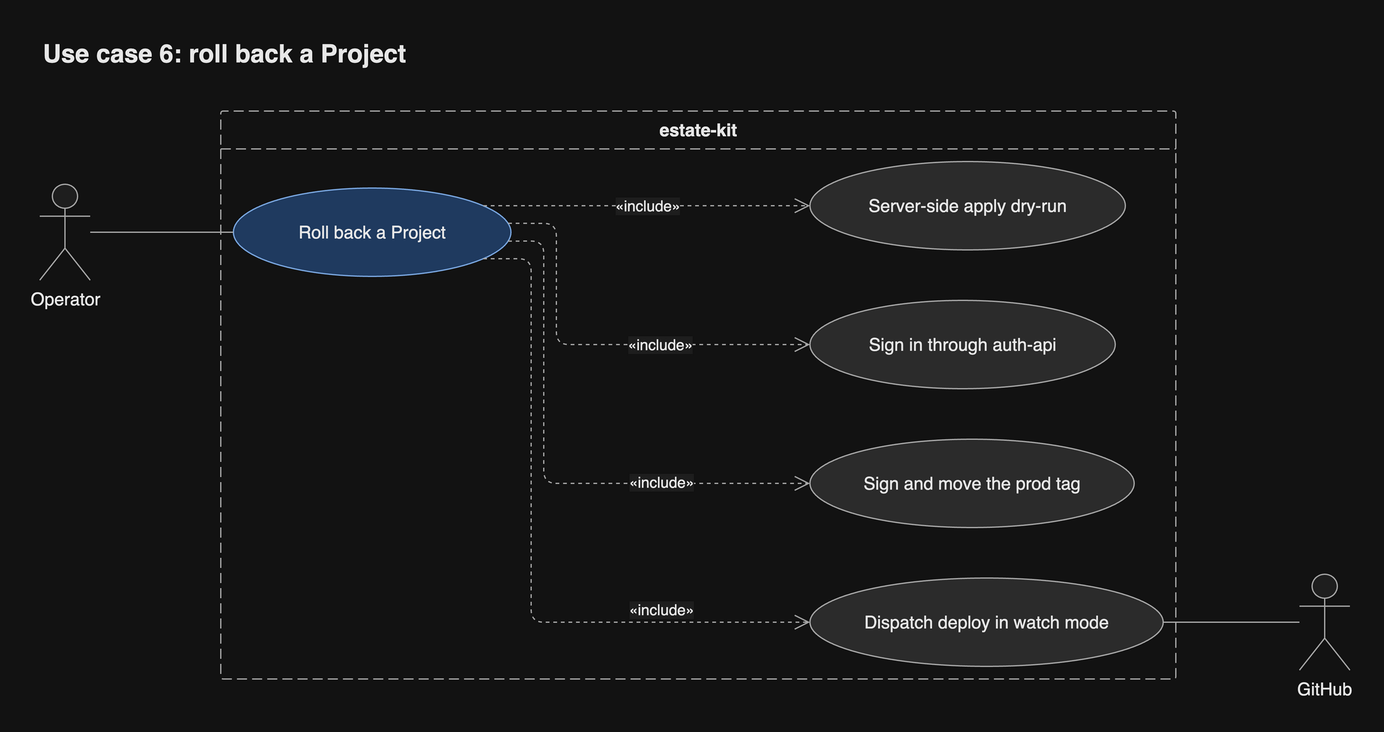
Before: docs/diagrams/png/uc6-rollback.png, a diagram exported from draw.io (JorisJonkers-dev/estate-kit). Source tidied: cells renumbered, new cells last; positions are measured from the earlier drawing's top-left corner, leaving out a move shared by most shapes.
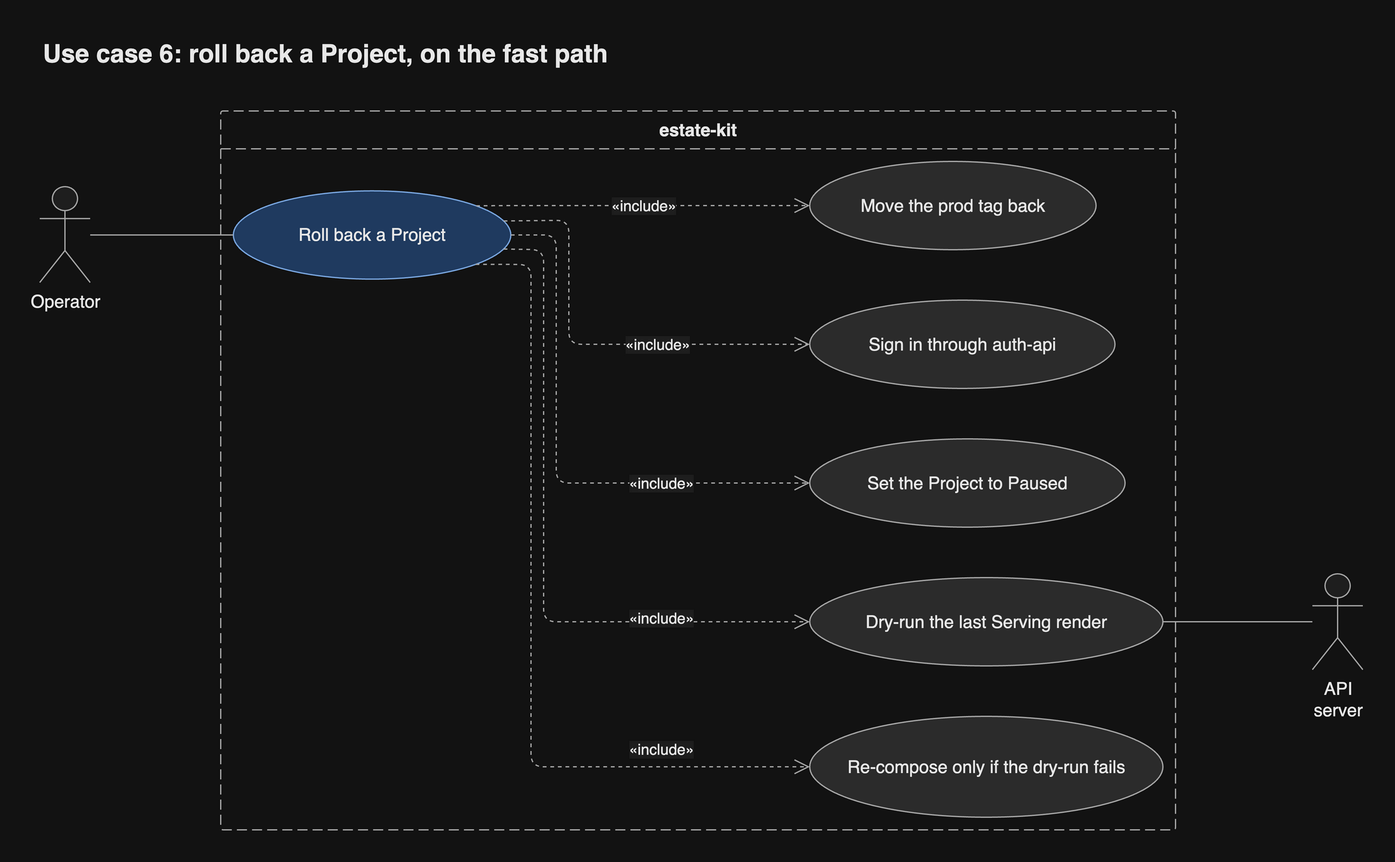
After the change.

Change to the diagram source:
```diff
@@ -3,79 +3,91 @@
     <mxCell id="0" />
     <mxCell id="1" parent="0" />
     <mxCell id="2" value="estate-kit" style="swimlane;startSize=30;rounded=1;arcSize=4;absoluteArcSize=1;dashed=1;dashPattern=8 4;html=1;whiteSpace=wrap;fontSize=14;fontColor=light-dark(#1a1a1a,#e8e8e8);fontStyle=1;fillColor=none;swimlaneFillColor=none;strokeColor=light-dark(#666666,#a8a8a8);fontFamily=Helvetica;" parent="1" vertex="1">
-      <mxGeometry x="144" y="64" width="757" height="450" as="geometry" />
+      <mxGeometry x="144" y="64" width="757" height="570" as="geometry" />
     </mxCell>
     <mxCell id="3" value="Roll back a Project" style="ellipse;html=1;whiteSpace=wrap;fontSize=14;fontColor=light-dark(#1a1a1a,#e8e8e8);fillColor=light-dark(#dae8fc,#1f3a5f);strokeColor=light-dark(#6c8ebf,#7aa7e0);fontFamily=Helvetica;" parent="2" vertex="1">
-      <mxGeometry x="10" y="61" width="220" height="70" as="geometry" />
+      <mxGeometry x="10" y="63.3" width="220" height="70" as="geometry" />
     </mxCell>
     <mxCell id="4" value="Sign in through auth-api" style="ellipse;html=1;whiteSpace=wrap;fontSize=14;fontColor=light-dark(#1a1a1a,#e8e8e8);fillColor=light-dark(#f5f5f5,#2b2b2b);strokeColor=light-dark(#666666,#a8a8a8);fontFamily=Helvetica;" parent="2" vertex="1">
       <mxGeometry x="467" y="150" width="242" height="70" as="geometry" />
     </mxCell>
-    <mxCell id="5" value="Dispatch deploy in watch mode" style="ellipse;html=1;whiteSpace=wrap;fontSize=14;fontColor=light-dark(#1a1a1a,#e8e8e8);fillColor=light-dark(#f5f5f5,#2b2b2b);strokeColor=light-dark(#666666,#a8a8a8);fontFamily=Helvetica;" parent="2" vertex="1">
+    <mxCell id="5" value="Dry-run the last Serving render" style="ellipse;html=1;whiteSpace=wrap;fontSize=14;fontColor=light-dark(#1a1a1a,#e8e8e8);fillColor=light-dark(#f5f5f5,#2b2b2b);strokeColor=light-dark(#666666,#a8a8a8);fontFamily=Helvetica;" parent="2" vertex="1">
       <mxGeometry x="467" y="370" width="280" height="70" as="geometry" />
     </mxCell>
-    <mxCell id="6" value="Server-side apply dry-run" style="ellipse;html=1;whiteSpace=wrap;fontSize=14;fontColor=light-dark(#1a1a1a,#e8e8e8);fillColor=light-dark(#f5f5f5,#2b2b2b);strokeColor=light-dark(#666666,#a8a8a8);fontFamily=Helvetica;" parent="2" vertex="1">
-      <mxGeometry x="467" y="40" width="250" height="70" as="geometry" />
+    <mxCell id="6" value="Move the prod tag back" style="ellipse;html=1;whiteSpace=wrap;fontSize=14;fontColor=light-dark(#1a1a1a,#e8e8e8);fillColor=light-dark(#f5f5f5,#2b2b2b);strokeColor=light-dark(#666666,#a8a8a8);fontFamily=Helvetica;" parent="2" vertex="1">
+      <mxGeometry x="467" y="40" width="227" height="70" as="geometry" />
     </mxCell>
-    <mxCell id="7" value="Sign and move the prod tag" style="ellipse;html=1;whiteSpace=wrap;fontSize=14;fontColor=light-dark(#1a1a1a,#e8e8e8);fillColor=light-dark(#f5f5f5,#2b2b2b);strokeColor=light-dark(#666666,#a8a8a8);fontFamily=Helvetica;" parent="2" vertex="1">
-      <mxGeometry x="467" y="260" width="257" height="70" as="geometry" />
+    <mxCell id="7" value="Set the Project to Paused" style="ellipse;html=1;whiteSpace=wrap;fontSize=14;fontColor=light-dark(#1a1a1a,#e8e8e8);fillColor=light-dark(#f5f5f5,#2b2b2b);strokeColor=light-dark(#666666,#a8a8a8);fontFamily=Helvetica;" parent="2" vertex="1">
+      <mxGeometry x="467" y="260" width="250" height="70" as="geometry" />
     </mxCell>
+    <mxCell id="17" value="Re-compose only if the dry-run fails" style="ellipse;html=1;whiteSpace=wrap;fontSize=14;fontColor=light-dark(#1a1a1a,#e8e8e8);fillColor=light-dark(#f5f5f5,#2b2b2b);strokeColor=light-dark(#666666,#a8a8a8);fontFamily=Helvetica;" parent="2" vertex="1">
+      <mxGeometry x="467" y="480" width="280" height="80" as="geometry" />
+    </mxCell>
-    <mxCell id="8" value="«include»" style="html=1;rounded=1;fontSize=14;fontSize=12;fontColor=light-dark(#1a1a1a,#e8e8e8);strokeColor=light-dark(#666666,#a8a8a8);endArrow=open;endSize=10;dashed=1;noEdgeStyle=1;orthogonal=1;curved=0;exitX=0.9899;exitY=0.4;entryX=0;entryY=0.5;fontFamily=Helvetica;labelBackgroundColor=light-dark(#ffffff,#1e1e1e);" parent="2" edge="1" source="3" target="4">
+    <mxCell id="8" value="«include»" style="html=1;rounded=1;fontSize=14;fontSize=12;fontColor=light-dark(#1a1a1a,#e8e8e8);strokeColor=light-dark(#666666,#a8a8a8);endArrow=open;endSize=10;dashed=1;noEdgeStyle=1;orthogonal=1;curved=0;exitX=0.9715;exitY=0.3334;entryX=0;entryY=0.5;fontFamily=Helvetica;labelBackgroundColor=light-dark(#ffffff,#1e1e1e);" parent="2" edge="1" source="3" target="4">
       <mxGeometry relative="1" as="geometry">
         <Array as="points">
-          <mxPoint x="266" y="89" />
-          <mxPoint x="266" y="185" />
+          <mxPoint x="276" y="86.7" />
+          <mxPoint x="276" y="185" />
         </Array>
-        <mxPoint x="48" as="offset" />
+        <mxPoint x="49.2" as="offset" />
       </mxGeometry>
     </mxCell>
-    <mxCell id="9" value="«include»" style="html=1;rounded=1;fontSize=14;fontSize=12;fontColor=light-dark(#1a1a1a,#e8e8e8);strokeColor=light-dark(#666666,#a8a8a8);endArrow=open;endSize=10;dashed=1;noEdgeStyle=1;orthogonal=1;curved=0;exitX=0.9;exitY=0.8;entryX=0;entryY=0.5;fontFamily=Helvetica;labelBackgroundColor=light-dark(#ffffff,#1e1e1e);" parent="2" edge="1" source="3" target="5">
+    <mxCell id="9" value="«include»" style="html=1;rounded=1;fontSize=14;fontSize=12;fontColor=light-dark(#1a1a1a,#e8e8e8);strokeColor=light-dark(#666666,#a8a8a8);endArrow=open;endSize=10;dashed=1;noEdgeStyle=1;orthogonal=1;curved=0;exitX=0.9714;exitY=0.6667;entryX=0;entryY=0.5;fontFamily=Helvetica;labelBackgroundColor=light-dark(#ffffff,#1e1e1e);" parent="2" edge="1" source="3" target="5">
       <mxGeometry relative="1" as="geometry">
         <Array as="points">
-          <mxPoint x="246" y="117" />
-          <mxPoint x="246" y="405" />
+          <mxPoint x="256" y="110" />
+          <mxPoint x="256" y="405" />
         </Array>
-        <mxPoint x="102.5" y="41.5" as="offset" />
+        <mxPoint x="92.5" y="55" as="offset" />
       </mxGeometry>
     </mxCell>
-    <mxCell id="10" value="«include»" style="html=1;rounded=1;fontSize=14;fontSize=12;fontColor=light-dark(#1a1a1a,#e8e8e8);strokeColor=light-dark(#666666,#a8a8a8);endArrow=open;endSize=10;dashed=1;noEdgeStyle=1;orthogonal=1;curved=0;exitX=0.9;exitY=0.2;entryX=0;entryY=0.5;fontFamily=Helvetica;labelBackgroundColor=light-dark(#ffffff,#1e1e1e);" parent="2" edge="1" source="3" target="6">
+    <mxCell id="10" value="«include»" style="html=1;rounded=1;fontSize=14;fontSize=12;fontColor=light-dark(#1a1a1a,#e8e8e8);strokeColor=light-dark(#666666,#a8a8a8);endArrow=open;endSize=10;dashed=1;noEdgeStyle=1;orthogonal=1;curved=0;exitX=0.8728;exitY=0.1667;entryX=0;entryY=0.5;fontFamily=Helvetica;labelBackgroundColor=light-dark(#ffffff,#1e1e1e);" parent="2" edge="1" source="3" target="6">
       <mxGeometry relative="1" as="geometry">
         <Array as="points">
           <mxPoint x="230" y="75" />
         </Array>
       </mxGeometry>
     </mxCell>
-    <mxCell id="11" value="«include»" style="html=1;rounded=1;fontSize=14;fontSize=12;fontColor=light-dark(#1a1a1a,#e8e8e8);strokeColor=light-dark(#666666,#a8a8a8);endArrow=open;endSize=10;dashed=1;noEdgeStyle=1;orthogonal=1;curved=0;exitX=0.9899;exitY=0.6;entryX=0;entryY=0.5;fontFamily=Helvetica;labelBackgroundColor=light-dark(#ffffff,#1e1e1e);" parent="2" edge="1" source="3" target="7">
+    <mxCell id="11" value="«include»" style="html=1;rounded=1;fontSize=14;fontSize=12;fontColor=light-dark(#1a1a1a,#e8e8e8);strokeColor=light-dark(#666666,#a8a8a8);endArrow=open;endSize=10;dashed=1;curved=0;exitX=1;exitY=0.5;entryX=0;entryY=0.5;edgeStyle=orthogonalEdgeStyle;fontFamily=Helvetica;labelBackgroundColor=light-dark(#ffffff,#1e1e1e);" parent="2" edge="1" source="3" target="7">
       <mxGeometry relative="1" as="geometry">
         <Array as="points">
-          <mxPoint x="256" y="103" />
-          <mxPoint x="256" y="295" />
+          <mxPoint x="266" y="98.3" />
+          <mxPoint x="266" y="295" />
         </Array>
-        <mxPoint x="92.5" y="3.5" as="offset" />
+        <mxPoint x="82.5" y="15.8" as="offset" />
       </mxGeometry>
     </mxCell>
+    <mxCell id="15" value="«include»" style="html=1;rounded=1;fontSize=14;fontSize=12;fontColor=light-dark(#1a1a1a,#e8e8e8);strokeColor=light-dark(#666666,#a8a8a8);endArrow=open;endSize=10;dashed=1;noEdgeStyle=1;orthogonal=1;curved=0;exitX=0.8727;exitY=0.8334;entryX=0;entryY=0.5;fontFamily=Helvetica;labelBackgroundColor=light-dark(#ffffff,#1e1e1e);" parent="2" edge="1" source="3" target="17">
+      <mxGeometry relative="1" as="geometry">
+        <Array as="points">
+          <mxPoint x="246" y="121.7" />
+          <mxPoint x="246" y="520" />
+        </Array>
+        <mxPoint x="102.5" y="96.7" as="offset" />
+      </mxGeometry>
+    </mxCell>
     <mxCell id="12" value="Operator" style="shape=umlActor;verticalLabelPosition=bottom;verticalAlign=top;outlineConnect=0;html=1;whiteSpace=wrap;fontSize=14;fontColor=light-dark(#1a1a1a,#e8e8e8);fillColor=light-dark(#ffffff,#1e1e1e);strokeColor=light-dark(#666666,#a8a8a8);fontFamily=Helvetica;" parent="1" vertex="1">
-      <mxGeometry x="0.5" y="122" width="40" height="76" as="geometry" />
+      <mxGeometry x="0.5" y="124" width="40" height="76" as="geometry" />
     </mxCell>
-    <mxCell id="13" style="html=1;rounded=1;fontSize=14;fontSize=12;fontColor=light-dark(#1a1a1a,#e8e8e8);strokeColor=light-dark(#666666,#a8a8a8);endArrow=none;curved=0;exitX=1;exitY=0.5;entryX=0;entryY=0.5;edgeStyle=orthogonalEdgeStyle;fontFamily=Helvetica;labelBackgroundColor=light-dark(#ffffff,#1e1e1e);" parent="1" edge="1" source="12" target="3">
+    <mxCell id="13" style="html=1;rounded=1;fontSize=14;fontSize=12;fontColor=light-dark(#1a1a1a,#e8e8e8);strokeColor=light-dark(#666666,#a8a8a8);endArrow=none;curved=0;exitX=1;exitY=0.5043;entryX=0;entryY=0.5;edgeStyle=orthogonalEdgeStyle;fontFamily=Helvetica;labelBackgroundColor=light-dark(#ffffff,#1e1e1e);" parent="1" edge="1" source="12" target="3">
       <mxGeometry relative="1" as="geometry">
         <Array as="points">
-          <mxPoint x="139" y="160" />
+          <mxPoint x="139" y="162.3" />
         </Array>
       </mxGeometry>
     </mxCell>
-    <mxCell id="14" value="GitHub" style="shape=umlActor;verticalLabelPosition=bottom;verticalAlign=top;outlineConnect=0;html=1;whiteSpace=wrap;fontSize=14;fontColor=light-dark(#1a1a1a,#e8e8e8);fillColor=light-dark(#ffffff,#1e1e1e);strokeColor=light-dark(#666666,#a8a8a8);fontFamily=Helvetica;" parent="1" vertex="1">
-      <mxGeometry x="999" y="431" width="40" height="76" as="geometry" />
+    <mxCell id="14" value="API server" style="shape=umlActor;verticalLabelPosition=bottom;verticalAlign=top;outlineConnect=0;html=1;whiteSpace=wrap;fontSize=14;fontColor=light-dark(#1a1a1a,#e8e8e8);fillColor=light-dark(#ffffff,#1e1e1e);strokeColor=light-dark(#666666,#a8a8a8);fontFamily=Helvetica;" parent="1" vertex="1">
+      <mxGeometry x="1009.5" y="431" width="40" height="76" as="geometry" />
     </mxCell>
-    <mxCell id="15" style="html=1;rounded=1;fontSize=14;fontSize=12;fontColor=light-dark(#1a1a1a,#e8e8e8);strokeColor=light-dark(#666666,#a8a8a8);endArrow=none;curved=0;exitX=1;exitY=0.5;entryX=0;entryY=0.5;edgeStyle=orthogonalEdgeStyle;fontFamily=Helvetica;labelBackgroundColor=light-dark(#ffffff,#1e1e1e);" parent="1" edge="1" source="5" target="14">
-      <mxGeometry relative="1" as="geometry">
-        <Array as="points">
-          <mxPoint x="906" y="469" />
-        </Array>
-      </mxGeometry>
-    </mxCell>
+    <mxCell id="18" style="html=1;rounded=1;fontSize=14;fontSize=12;fontColor=light-dark(#1a1a1a,#e8e8e8);strokeColor=light-dark(#666666,#a8a8a8);endArrow=none;curved=0;exitX=1;exitY=0.5;entryX=0;entryY=0.5;edgeStyle=orthogonalEdgeStyle;fontFamily=Helvetica;labelBackgroundColor=light-dark(#ffffff,#1e1e1e);" parent="1" edge="1" source="5" target="14">
+      <mxGeometry relative="1" as="geometry">
+        <Array as="points">
+          <mxPoint x="906" y="469" />
+        </Array>
+      </mxGeometry>
+    </mxCell>
-    <mxCell id="16" value="Use case 6: roll back a Project" style="text;html=1;whiteSpace=wrap;align=left;verticalAlign=middle;fontSize=20;fontStyle=1;fontColor=light-dark(#1a1a1a,#e8e8e8);fontFamily=Helvetica;" parent="1" vertex="1">
-      <mxGeometry x="0.5" width="1038.5" height="36" as="geometry" />
+    <mxCell id="16" value="Use case 6: roll back a Project, on the fast path" style="text;html=1;whiteSpace=wrap;align=left;verticalAlign=middle;fontSize=20;fontStyle=1;fontColor=light-dark(#1a1a1a,#e8e8e8);fontFamily=Helvetica;" parent="1" vertex="1">
+      <mxGeometry x="0.5" width="1049" height="36" as="geometry" />
     </mxCell>
   </root>
 </mxGraphModel>
```
